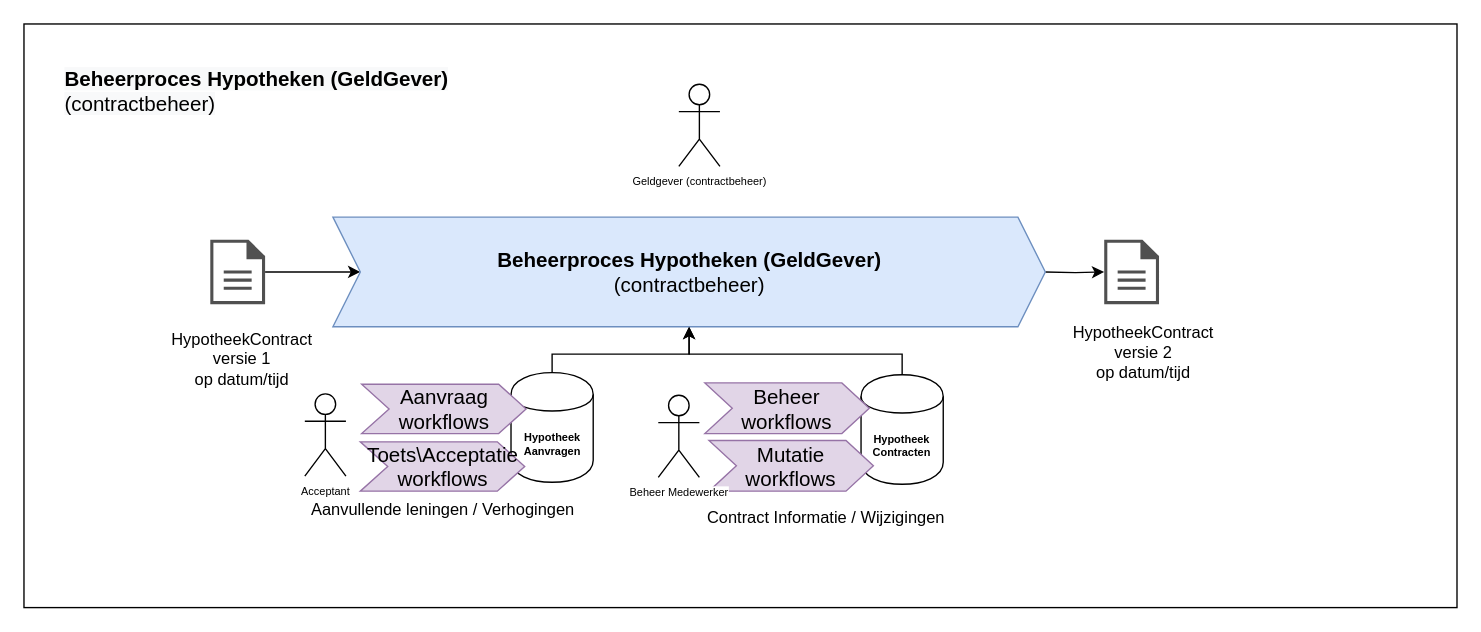
Earlier version of the draw.io diagram page "Beheerproces" (2 of 7) of HDN-Procesplaten.drawio (luchthandel/diagrams). Source tidied: cells renumbered, new cells numbered last; positions are measured from the earlier drawing's top-left corner, leaving out a move shared by most shapes. Both pictures are drawn from the tidied source at 137%, with x=0, y=0 at pixel (23, 23).
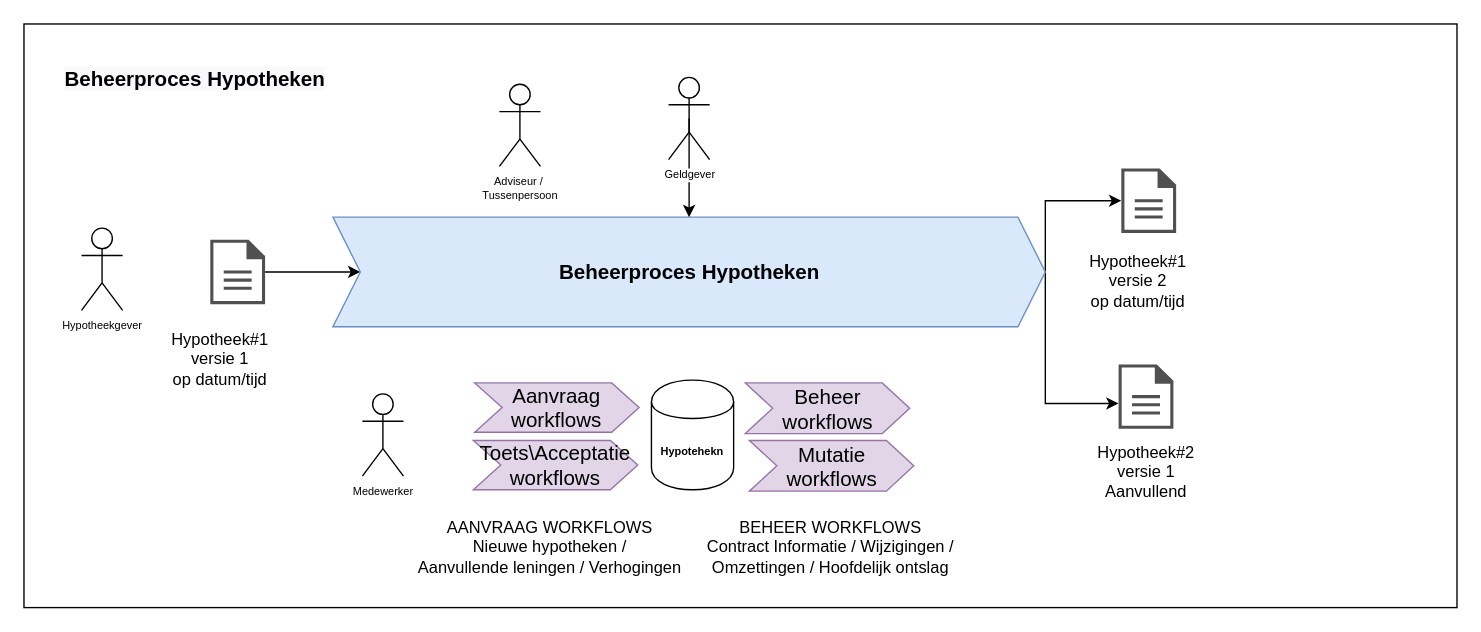
The same diagram, later.

Change to the diagram source:
```diff
@@
     <mxCell id="4" style="edgeStyle=orthogonalEdgeStyle;rounded=0;jettySize=auto;html=1;exitX=1;exitY=0.5;exitDx=0;exitDy=0;fontColor=#000000;" parent="1" edge="1" target="8">
       <mxGeometry relative="1" as="geometry">
         <mxPoint x="745.5" y="181" as="sourcePoint" />
+        <Array as="points">
+          <mxPoint x="746" y="129" />
+        </Array>
       </mxGeometry>
     </mxCell>
@@
-    <mxCell id="6" value="&lt;div style=&quot;text-align: center&quot;&gt;&lt;font face=&quot;helvetica&quot;&gt;&lt;span style=&quot;font-size: 12px&quot;&gt;HypotheekContract versie 1&lt;/span&gt;&lt;/font&gt;&lt;/div&gt;&lt;div style=&quot;text-align: center&quot;&gt;&lt;font face=&quot;helvetica&quot;&gt;&lt;span style=&quot;font-size: 12px&quot;&gt;op datum/tijd&lt;/span&gt;&lt;/font&gt;&lt;/div&gt;" style="text;whiteSpace=wrap;html=1;fontSize=8;" parent="1" vertex="1">
+    <mxCell id="6" value="&lt;div style=&quot;text-align: center&quot;&gt;&lt;div&gt;&lt;font face=&quot;helvetica&quot;&gt;&lt;span style=&quot;font-size: 12px&quot;&gt;Hypotheek#1&lt;/span&gt;&lt;/font&gt;&lt;/div&gt;&lt;div&gt;&lt;font face=&quot;helvetica&quot;&gt;&lt;span style=&quot;font-size: 12px&quot;&gt;versie 1&lt;/span&gt;&lt;/font&gt;&lt;/div&gt;&lt;div&gt;&lt;font face=&quot;helvetica&quot;&gt;&lt;span style=&quot;font-size: 12px&quot;&gt;op datum/tijd&lt;/span&gt;&lt;/font&gt;&lt;/div&gt;&lt;/div&gt;" style="text;whiteSpace=wrap;html=1;fontSize=8;" parent="1" vertex="1">
       <mxGeometry x="106" y="217" width="90" height="57" as="geometry" />
     </mxCell>
-    <mxCell id="7" value="&lt;div style=&quot;text-align: center&quot;&gt;&lt;div&gt;&lt;font face=&quot;helvetica&quot;&gt;&lt;span style=&quot;font-size: 12px&quot;&gt;HypotheekContract versie 2&lt;/span&gt;&lt;/font&gt;&lt;/div&gt;&lt;div&gt;&lt;font face=&quot;helvetica&quot;&gt;&lt;span style=&quot;font-size: 12px&quot;&gt;op datum/tijd&lt;/span&gt;&lt;/font&gt;&lt;/div&gt;&lt;/div&gt;" style="text;whiteSpace=wrap;html=1;fontSize=8;" parent="1" vertex="1">
-      <mxGeometry x="763.5" y="212" width="90" height="57" as="geometry" />
+    <mxCell id="7" value="&lt;div style=&quot;text-align: center&quot;&gt;&lt;div&gt;&lt;font face=&quot;helvetica&quot;&gt;&lt;span style=&quot;font-size: 12px&quot;&gt;Hypotheek#1&lt;/span&gt;&lt;/font&gt;&lt;/div&gt;&lt;div&gt;&lt;font face=&quot;helvetica&quot;&gt;&lt;span style=&quot;font-size: 12px&quot;&gt;versie 2&lt;/span&gt;&lt;/font&gt;&lt;/div&gt;&lt;div&gt;&lt;font face=&quot;helvetica&quot;&gt;&lt;span style=&quot;font-size: 12px&quot;&gt;op datum/tijd&lt;/span&gt;&lt;/font&gt;&lt;/div&gt;&lt;/div&gt;" style="text;whiteSpace=wrap;html=1;fontSize=8;" parent="1" vertex="1">
+      <mxGeometry x="776" y="160" width="90" height="57" as="geometry" />
     </mxCell>
     <mxCell id="8" style="shadow=0;dashed=0;html=1;strokeColor=none;fillColor=#505050;labelPosition=center;verticalLabelPosition=bottom;verticalAlign=top;outlineConnect=0;align=center;shape=mxgraph.office.concepts.document;labelBackgroundColor=none;fontColor=#000000;" parent="1" vertex="1">
-      <mxGeometry x="788.5" y="157.5" width="40" height="47" as="geometry" />
+      <mxGeometry x="801" y="105.5" width="40" height="47" as="geometry" />
     </mxCell>
-    <mxCell id="9" style="rounded=0;jettySize=auto;html=1;exitX=0.5;exitY=0;exitDx=0;exitDy=0;entryX=0.5;entryY=1;entryDx=0;entryDy=0;fontColor=#000000;edgeStyle=orthogonalEdgeStyle;" parent="1" edge="1" source="10" target="11">
-      <mxGeometry relative="1" as="geometry">
-        <Array as="points">
-          <mxPoint x="641" y="241" />
-          <mxPoint x="486" y="241" />
-        </Array>
-      </mxGeometry>
-    </mxCell>
-    <mxCell id="10" value="Hypotheek&lt;br&gt;Contracten" style="shape=cylinder;whiteSpace=wrap;html=1;boundedLbl=1;backgroundOutline=1;fontSize=8;align=center;fontStyle=1;" parent="1" vertex="1">
-      <mxGeometry x="611" y="256" width="60" height="80" as="geometry" />
+    <mxCell id="10" value="Hypotehekn" style="shape=cylinder;whiteSpace=wrap;html=1;boundedLbl=1;backgroundOutline=1;fontSize=8;align=center;fontStyle=1;" parent="1" vertex="1">
+      <mxGeometry x="458" y="260" width="60" height="80" as="geometry" />
     </mxCell>
+    <mxCell id="24" style="edgeStyle=orthogonalEdgeStyle;rounded=0;jettySize=auto;html=1;exitX=1;exitY=0.5;exitDx=0;exitDy=0;" parent="1" edge="1" source="11" target="26">
+      <mxGeometry relative="1" as="geometry">
+        <Array as="points">
+          <mxPoint x="746" y="277" />
+        </Array>
+      </mxGeometry>
+    </mxCell>
-    <mxCell id="11" value="&lt;font style=&quot;font-size: 15px&quot;&gt;&lt;b&gt;Beheerproces Hypotheken (GeldGever)&lt;/b&gt;&lt;br&gt;(contractbeheer)&lt;br&gt;&lt;/font&gt;" style="shape=step;perimeter=stepPerimeter;whiteSpace=wrap;html=1;fixedSize=1;fontSize=8;align=center;fillColor=#dae8fc;strokeColor=#6c8ebf;" parent="1" vertex="1">
+    <mxCell id="11" value="&lt;font style=&quot;font-size: 15px&quot;&gt;&lt;b&gt;Beheerproces Hypotheken&lt;/b&gt;&lt;br&gt;&lt;/font&gt;" style="shape=step;perimeter=stepPerimeter;whiteSpace=wrap;html=1;fixedSize=1;fontSize=8;align=center;fillColor=#dae8fc;strokeColor=#6c8ebf;" parent="1" vertex="1">
       <mxGeometry x="225.5" y="141" width="520" height="80" as="geometry" />
     </mxCell>
-    <mxCell id="12" style="rounded=0;jettySize=auto;html=1;exitX=0.5;exitY=0;exitDx=0;exitDy=0;entryX=0.5;entryY=1;entryDx=0;entryDy=0;fontColor=#000000;edgeStyle=orthogonalEdgeStyle;" parent="1" edge="1" source="13" target="11">
-      <mxGeometry relative="1" as="geometry">
-        <Array as="points">
-          <mxPoint x="385.5" y="241" />
-          <mxPoint x="485.5" y="241" />
-        </Array>
-      </mxGeometry>
-    </mxCell>
-    <mxCell id="13" value="Hypotheek Aanvragen" style="shape=cylinder;whiteSpace=wrap;html=1;boundedLbl=1;backgroundOutline=1;fontSize=8;align=center;fontStyle=1;" parent="1" vertex="1">
-      <mxGeometry x="355.5" y="254.5" width="60" height="80" as="geometry" />
-    </mxCell>
     <mxCell id="14" value="&lt;font style=&quot;font-size: 15px&quot;&gt;Mutatie workflows&lt;/font&gt;" style="shape=step;perimeter=stepPerimeter;whiteSpace=wrap;html=1;fixedSize=1;fontSize=8;align=center;fillColor=#e1d5e7;strokeColor=#9673a6;" parent="1" vertex="1">
-      <mxGeometry x="500" y="304" width="120" height="37" as="geometry" />
+      <mxGeometry x="529.5" y="304" width="120" height="37" as="geometry" />
     </mxCell>
     <mxCell id="15" value="&lt;font style=&quot;font-size: 15px&quot;&gt;Aanvraag workflows&lt;/font&gt;" style="shape=step;perimeter=stepPerimeter;whiteSpace=wrap;html=1;fixedSize=1;fontSize=8;align=center;fillColor=#e1d5e7;strokeColor=#9673a6;" parent="1" vertex="1">
-      <mxGeometry x="246.5" y="263" width="120" height="36" as="geometry" />
+      <mxGeometry x="329" y="262" width="120" height="36" as="geometry" />
     </mxCell>
-    <mxCell id="16" value="&lt;div style=&quot;text-align: center&quot;&gt;&lt;font face=&quot;helvetica&quot;&gt;&lt;span style=&quot;font-size: 12px&quot;&gt;Aanvullende leningen / Verhogingen&lt;/span&gt;&lt;/font&gt;&lt;/div&gt;" style="text;whiteSpace=wrap;html=1;fontSize=8;" parent="1" vertex="1">
-      <mxGeometry x="207.5" y="341" width="220" height="29" as="geometry" />
+    <mxCell id="16" value="&lt;div style=&quot;text-align: center&quot;&gt;&lt;font face=&quot;helvetica&quot;&gt;&lt;span style=&quot;font-size: 12px&quot;&gt;AANVRAAG WORKFLOWS&lt;/span&gt;&lt;/font&gt;&lt;/div&gt;&lt;div style=&quot;text-align: center&quot;&gt;&lt;font face=&quot;helvetica&quot;&gt;&lt;span style=&quot;font-size: 12px&quot;&gt;Nieuwe hypotheken /&lt;/span&gt;&lt;/font&gt;&lt;/div&gt;&lt;div style=&quot;text-align: center&quot;&gt;&lt;font face=&quot;helvetica&quot;&gt;&lt;span style=&quot;font-size: 12px&quot;&gt;Aanvullende leningen / Verhogingen&lt;/span&gt;&lt;/font&gt;&lt;/div&gt;" style="text;whiteSpace=wrap;html=1;fontSize=8;" parent="1" vertex="1">
+      <mxGeometry x="286" y="354" width="220" height="54" as="geometry" />
     </mxCell>
-    <mxCell id="17" value="&lt;div style=&quot;text-align: center&quot;&gt;&lt;font face=&quot;helvetica&quot;&gt;&lt;span style=&quot;font-size: 12px&quot;&gt;Contract Informatie / Wijzigingen&lt;/span&gt;&lt;/font&gt;&lt;/div&gt;" style="text;whiteSpace=wrap;html=1;fontSize=8;" parent="1" vertex="1">
-      <mxGeometry x="497" y="347" width="206" height="26" as="geometry" />
+    <mxCell id="17" value="&lt;div style=&quot;text-align: center&quot;&gt;&lt;font face=&quot;helvetica&quot;&gt;&lt;span style=&quot;font-size: 12px&quot;&gt;BEHEER WORKFLOWS&lt;/span&gt;&lt;/font&gt;&lt;/div&gt;&lt;div style=&quot;text-align: center&quot;&gt;&lt;font face=&quot;helvetica&quot;&gt;&lt;span style=&quot;font-size: 12px&quot;&gt;Contract Informatie / Wijzigingen / Omzettingen / Hoofdelijk ontslag&lt;/span&gt;&lt;/font&gt;&lt;/div&gt;" style="text;whiteSpace=wrap;html=1;fontSize=8;" parent="1" vertex="1">
+      <mxGeometry x="485" y="354" width="206" height="26" as="geometry" />
     </mxCell>
     <mxCell id="18" value="&lt;font style=&quot;font-size: 15px&quot;&gt;Beheer&lt;br&gt;workflows&lt;br&gt;&lt;/font&gt;" style="shape=step;perimeter=stepPerimeter;whiteSpace=wrap;html=1;fixedSize=1;fontSize=8;align=center;fillColor=#e1d5e7;strokeColor=#9673a6;" parent="1" vertex="1">
-      <mxGeometry x="497" y="262" width="120" height="37" as="geometry" />
+      <mxGeometry x="526.5" y="262" width="120" height="37" as="geometry" />
     </mxCell>
     <mxCell id="19" value="&lt;font style=&quot;font-size: 15px&quot;&gt;Toets\Acceptatie workflows&lt;/font&gt;" style="shape=step;perimeter=stepPerimeter;whiteSpace=wrap;html=1;fixedSize=1;fontSize=8;align=center;fillColor=#e1d5e7;strokeColor=#9673a6;" parent="1" vertex="1">
-      <mxGeometry x="245.5" y="305" width="120" height="36" as="geometry" />
+      <mxGeometry x="328" y="304" width="120" height="36" as="geometry" />
     </mxCell>
-    <mxCell id="20" value="Beheer Medewerker" style="shape=umlActor;verticalLabelPosition=bottom;labelBackgroundColor=#ffffff;verticalAlign=top;html=1;fontSize=8;align=center;" parent="1" vertex="1">
-      <mxGeometry x="463" y="271" width="30" height="60" as="geometry" />
+    <mxCell id="20" value="Medewerker" style="shape=umlActor;verticalLabelPosition=bottom;labelBackgroundColor=#ffffff;verticalAlign=top;html=1;fontSize=8;align=center;" parent="1" vertex="1">
+      <mxGeometry x="247" y="270" width="30" height="60" as="geometry" />
     </mxCell>
-    <mxCell id="21" value="Acceptant" style="shape=umlActor;verticalLabelPosition=bottom;labelBackgroundColor=#ffffff;verticalAlign=top;html=1;fontSize=8;align=center;" parent="1" vertex="1">
-      <mxGeometry x="205" y="270" width="30" height="60" as="geometry" />
-    </mxCell>
+    <mxCell id="25" style="edgeStyle=orthogonalEdgeStyle;rounded=0;jettySize=auto;html=1;exitX=0.5;exitY=0.5;exitDx=0;exitDy=0;exitPerimeter=0;" parent="1" edge="1" source="22" target="11">
+      <mxGeometry relative="1" as="geometry" />
+    </mxCell>
-    <mxCell id="22" value="Geldgever (contractbeheer)" style="shape=umlActor;verticalLabelPosition=bottom;labelBackgroundColor=#ffffff;verticalAlign=top;html=1;outlineConnect=0;fontSize=8;align=center;" parent="1" vertex="1">
-      <mxGeometry x="478" y="44" width="30" height="60" as="geometry" />
+    <mxCell id="22" value="Geldgever" style="shape=umlActor;verticalLabelPosition=bottom;labelBackgroundColor=#ffffff;verticalAlign=top;html=1;outlineConnect=0;fontSize=8;align=center;" parent="1" vertex="1">
+      <mxGeometry x="470.5" y="39" width="30" height="60" as="geometry" />
     </mxCell>
-    <mxCell id="23" value="&lt;b style=&quot;color: rgb(0, 0, 0); font-family: Helvetica; font-size: 15px; font-style: normal; font-variant-ligatures: normal; font-variant-caps: normal; letter-spacing: normal; orphans: 2; text-align: center; text-indent: 0px; text-transform: none; widows: 2; word-spacing: 0px; -webkit-text-stroke-width: 0px; background-color: rgb(248, 249, 250); text-decoration-style: initial; text-decoration-color: initial;&quot;&gt;Beheerproces Hypotheken (GeldGever)&lt;/b&gt;&lt;br style=&quot;color: rgb(0, 0, 0); font-family: Helvetica; font-size: 15px; font-style: normal; font-variant-ligatures: normal; font-variant-caps: normal; font-weight: 400; letter-spacing: normal; orphans: 2; text-align: center; text-indent: 0px; text-transform: none; widows: 2; word-spacing: 0px; -webkit-text-stroke-width: 0px; background-color: rgb(248, 249, 250); text-decoration-style: initial; text-decoration-color: initial;&quot;&gt;&lt;span style=&quot;color: rgb(0, 0, 0); font-family: Helvetica; font-size: 15px; font-style: normal; font-variant-ligatures: normal; font-variant-caps: normal; font-weight: 400; letter-spacing: normal; orphans: 2; text-align: center; text-indent: 0px; text-transform: none; widows: 2; word-spacing: 0px; -webkit-text-stroke-width: 0px; background-color: rgb(248, 249, 250); text-decoration-style: initial; text-decoration-color: initial; float: none; display: inline !important;&quot;&gt;(contractbeheer)&lt;/span&gt;" style="text;whiteSpace=wrap;html=1;" parent="1" vertex="1">
+    <mxCell id="23" value="&lt;b style=&quot;color: rgb(0 , 0 , 0) ; font-family: &amp;#34;helvetica&amp;#34; ; font-size: 15px ; font-style: normal ; letter-spacing: normal ; text-align: center ; text-indent: 0px ; text-transform: none ; word-spacing: 0px ; background-color: rgb(248 , 249 , 250)&quot;&gt;Beheerproces Hypotheken&lt;/b&gt;" style="text;whiteSpace=wrap;html=1;" parent="1" vertex="1">
       <mxGeometry x="28" y="25" width="300" height="44" as="geometry" />
     </mxCell>
+    <mxCell id="26" style="shadow=0;dashed=0;html=1;strokeColor=none;fillColor=#505050;labelPosition=center;verticalLabelPosition=bottom;verticalAlign=top;outlineConnect=0;align=center;shape=mxgraph.office.concepts.document;labelBackgroundColor=none;fontColor=#000000;" parent="1" vertex="1">
+      <mxGeometry x="799" y="248.5" width="40" height="47" as="geometry" />
+    </mxCell>
+    <mxCell id="27" value="&lt;div style=&quot;text-align: center&quot;&gt;&lt;div&gt;&lt;font face=&quot;helvetica&quot;&gt;&lt;span style=&quot;font-size: 12px&quot;&gt;Hypotheek#2&lt;/span&gt;&lt;/font&gt;&lt;/div&gt;&lt;div&gt;&lt;font face=&quot;helvetica&quot;&gt;&lt;span style=&quot;font-size: 12px&quot;&gt;versie 1&lt;/span&gt;&lt;/font&gt;&lt;/div&gt;&lt;div&gt;&lt;font face=&quot;helvetica&quot;&gt;&lt;span style=&quot;font-size: 12px&quot;&gt;Aanvullend&lt;/span&gt;&lt;/font&gt;&lt;/div&gt;&lt;/div&gt;" style="text;whiteSpace=wrap;html=1;fontSize=8;" parent="1" vertex="1">
+      <mxGeometry x="782" y="299" width="90" height="57" as="geometry" />
+    </mxCell>
+    <mxCell id="28" value="Hypotheekgever" style="shape=umlActor;verticalLabelPosition=bottom;labelBackgroundColor=#ffffff;verticalAlign=top;html=1;fontSize=8;align=center;" parent="1" vertex="1">
+      <mxGeometry x="42" y="149" width="30" height="60" as="geometry" />
+    </mxCell>
+    <mxCell id="29" value="Adviseur /&amp;nbsp;&lt;br&gt;Tussenpersoon" style="shape=umlActor;verticalLabelPosition=bottom;labelBackgroundColor=#ffffff;verticalAlign=top;html=1;fontSize=8;align=center;" parent="1" vertex="1">
+      <mxGeometry x="347" y="44" width="30" height="60" as="geometry" />
+    </mxCell>
```
